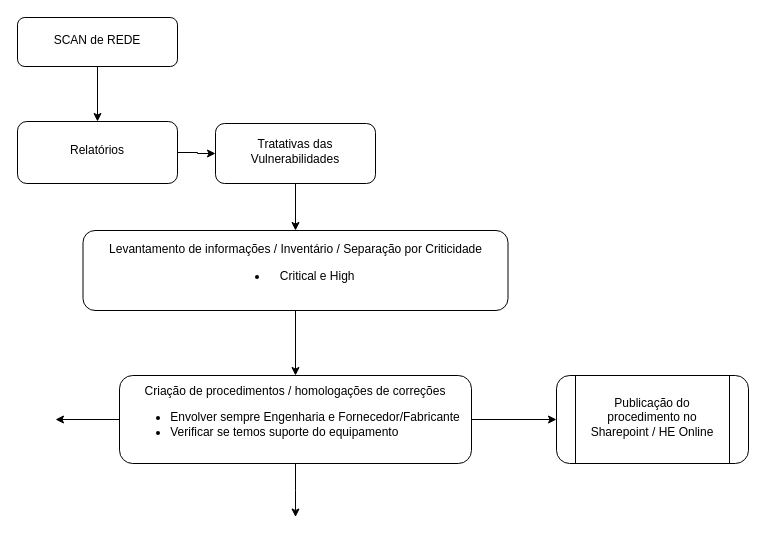
eloyx3x/Diagramas keeps this draw.io diagram as HE_SCAN.drawio. Above is the earlier version. Source tidied: cells renumbered, new cells numbered last; positions are measured from the earlier drawing's top-left corner, leaving out a move shared by most shapes. Both pictures are drawn from the tidied source at 100%, with x=0, y=0 at pixel (17, 17).
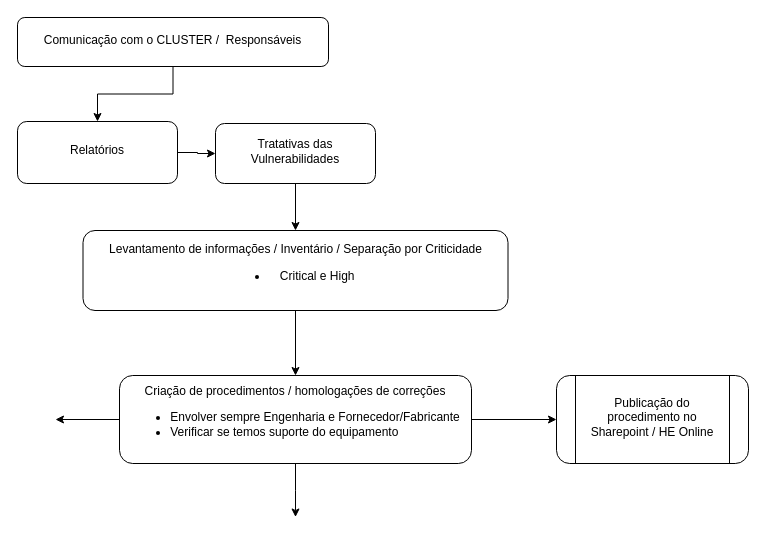
The same diagram, later.

The edit, as a diff of the source:
```diff
@@
 <mxGraphModel>
   <root>
     <mxCell id="0" />
     <mxCell id="1" parent="0" />
     <mxCell id="2" style="edgeStyle=orthogonalEdgeStyle;rounded=0;jettySize=auto;html=1;" parent="1" edge="1" source="3" target="5">
       <mxGeometry relative="1" as="geometry" />
     </mxCell>
-    <mxCell id="3" value="SCAN de REDE" style="rounded=1;whiteSpace=wrap;html=1;shadow=0;strokeWidth=1;spacing=6;spacingTop=-4;" parent="1" vertex="1">
-      <mxGeometry width="160" height="49" as="geometry" />
+    <mxCell id="3" value="Comunicação com o CLUSTER /&amp;nbsp; Responsáveis" style="rounded=1;whiteSpace=wrap;html=1;shadow=0;strokeWidth=1;spacing=6;spacingTop=-4;" parent="1" vertex="1">
+      <mxGeometry width="311" height="49" as="geometry" />
     </mxCell>
     <mxCell id="4" style="edgeStyle=orthogonalEdgeStyle;rounded=0;jettySize=auto;html=1;" parent="1" edge="1" source="5" target="7">
       <mxGeometry relative="1" as="geometry" />
     </mxCell>
     <mxCell id="5" value="Relatórios" style="rounded=1;whiteSpace=wrap;html=1;shadow=0;strokeWidth=1;spacing=6;spacingTop=-4;" parent="1" vertex="1">
       <mxGeometry y="104" width="160" height="62" as="geometry" />
     </mxCell>
     <mxCell id="6" style="edgeStyle=orthogonalEdgeStyle;rounded=0;jettySize=auto;html=1;" parent="1" edge="1" source="7" target="9">
       <mxGeometry relative="1" as="geometry" />
     </mxCell>
     <mxCell id="7" value="Tratativas das Vulnerabilidades" style="rounded=1;whiteSpace=wrap;html=1;shadow=0;strokeWidth=1;spacing=6;spacingTop=-4;" parent="1" vertex="1">
       <mxGeometry x="198" y="106" width="160" height="60" as="geometry" />
     </mxCell>
     <mxCell id="8" style="edgeStyle=orthogonalEdgeStyle;rounded=0;jettySize=auto;html=1;" parent="1" edge="1" source="9" target="13">
       <mxGeometry relative="1" as="geometry" />
     </mxCell>
     <mxCell id="9" value="&lt;div&gt;Levantamento de informações / Inventário / Separação por Criticidade &lt;br&gt;&lt;/div&gt;&lt;blockquote&gt;&lt;blockquote&gt;&lt;blockquote&gt;&lt;div&gt;&lt;ul&gt;&lt;li&gt;&amp;nbsp;Critical e High&lt;/li&gt;&lt;/ul&gt;&lt;/div&gt;&lt;/blockquote&gt;&lt;/blockquote&gt;&lt;/blockquote&gt;" style="rounded=1;whiteSpace=wrap;html=1;shadow=0;strokeWidth=1;spacing=6;spacingTop=-4;" parent="1" vertex="1">
       <mxGeometry x="65.5" y="213" width="425" height="80" as="geometry" />
     </mxCell>
     <mxCell id="10" style="edgeStyle=orthogonalEdgeStyle;rounded=0;jettySize=auto;html=1;" parent="1" edge="1" source="13">
       <mxGeometry relative="1" as="geometry">
         <mxPoint x="38" y="402" as="targetPoint" />
       </mxGeometry>
     </mxCell>
     <mxCell id="11" style="edgeStyle=orthogonalEdgeStyle;rounded=0;jettySize=auto;html=1;" parent="1" edge="1" source="13">
       <mxGeometry relative="1" as="geometry">
         <mxPoint x="278" y="499.5" as="targetPoint" />
       </mxGeometry>
     </mxCell>
     <mxCell id="12" style="edgeStyle=orthogonalEdgeStyle;rounded=0;jettySize=auto;html=1;" parent="1" edge="1" source="13" target="14">
       <mxGeometry relative="1" as="geometry" />
     </mxCell>
     <mxCell id="13" value="&lt;div&gt;Criação de procedimentos / homologações de correções&lt;/div&gt;&lt;div align=&quot;left&quot;&gt;&lt;ul&gt;&lt;li&gt;Envolver sempre Engenharia e Fornecedor/Fabricante&lt;/li&gt;&lt;li&gt;Verificar se temos suporte do equipamento&lt;/li&gt;&lt;/ul&gt;&lt;/div&gt;" style="rounded=1;whiteSpace=wrap;html=1;shadow=0;strokeWidth=1;spacing=6;spacingTop=-4;" parent="1" vertex="1">
       <mxGeometry x="102" y="358" width="352" height="88" as="geometry" />
     </mxCell>
     <mxCell id="14" value="Publicação do procedimento no Sharepoint / HE Online" style="shape=process;whiteSpace=wrap;html=1;backgroundOutline=1;rounded=1;shadow=0;strokeWidth=1;spacing=6;spacingTop=-4;" parent="1" vertex="1">
       <mxGeometry x="539" y="358" width="192" height="88" as="geometry" />
     </mxCell>
   </root>
 </mxGraphModel>
```
